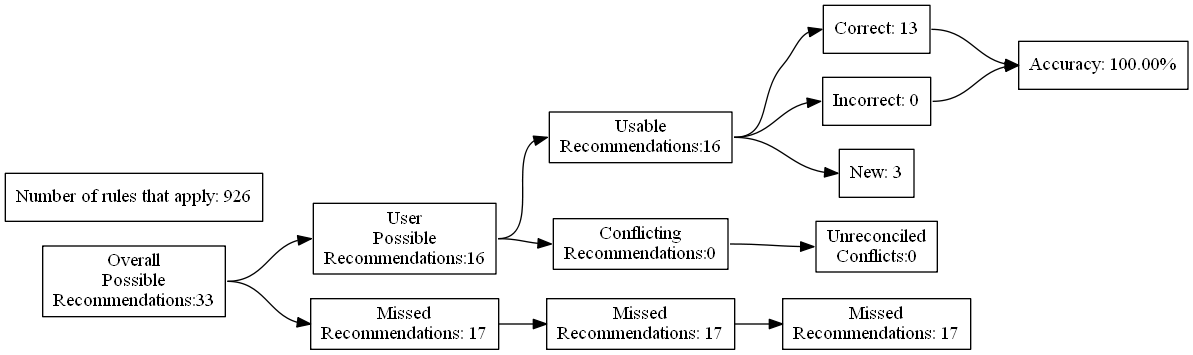
Above: test_renders/90.gv.png in ZaxR/ibd_diet_analysis (Graphviz), before the change. Its source is kept beside it as test_renders/90.gv.
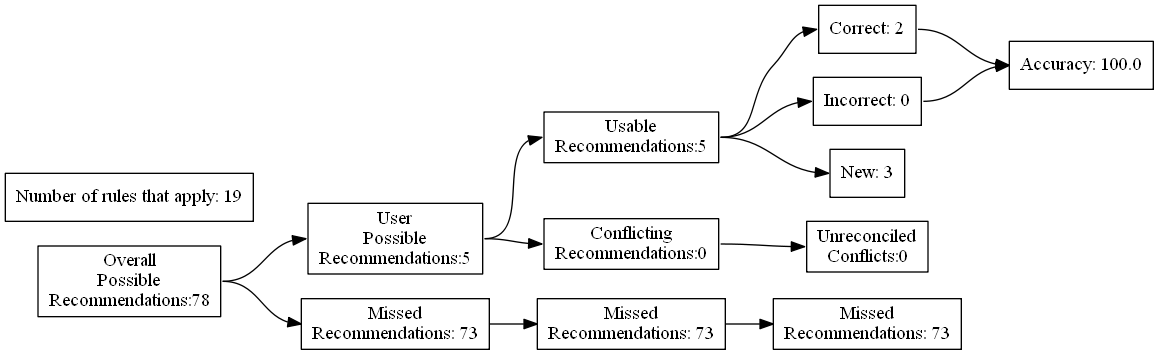
The same file after the commit.

What changed in the source:
```diff
@@ -4,27 +4,27 @@
 	edge [headport=w tailport=e]
 		A [label="Overall
 Possible
-Recommendations:33"]
+Recommendations:78"]
 		B [label="User
 Possible
-Recommendations:16"]
+Recommendations:5"]
 		C [label="Missed
-Recommendations: 17"]
+Recommendations: 73"]
 		D [label="Usable
-Recommendations:16"]
+Recommendations:5"]
 		E [label="Conflicting
 Recommendations:0"]
 		J [label="Missed
-Recommendations: 17"]
+Recommendations: 73"]
 		M [label="Unreconciled
 Conflicts:0"]
-		F [label="Correct: 13"]
+		F [label="Correct: 2"]
 		G [label="Incorrect: 0"]
 		H [label="New: 3"]
 		K [label="Missed
-Recommendations: 17"]
-		I [label="Accuracy: 100.00%"]
-		l [label="Number of rules that apply: 926"]
+Recommendations: 73"]
+		I [label="Accuracy: 100.0"]
+		l [label="Number of rules that apply: 19"]
 			A -> B
 			A -> C
 			B -> D
```
